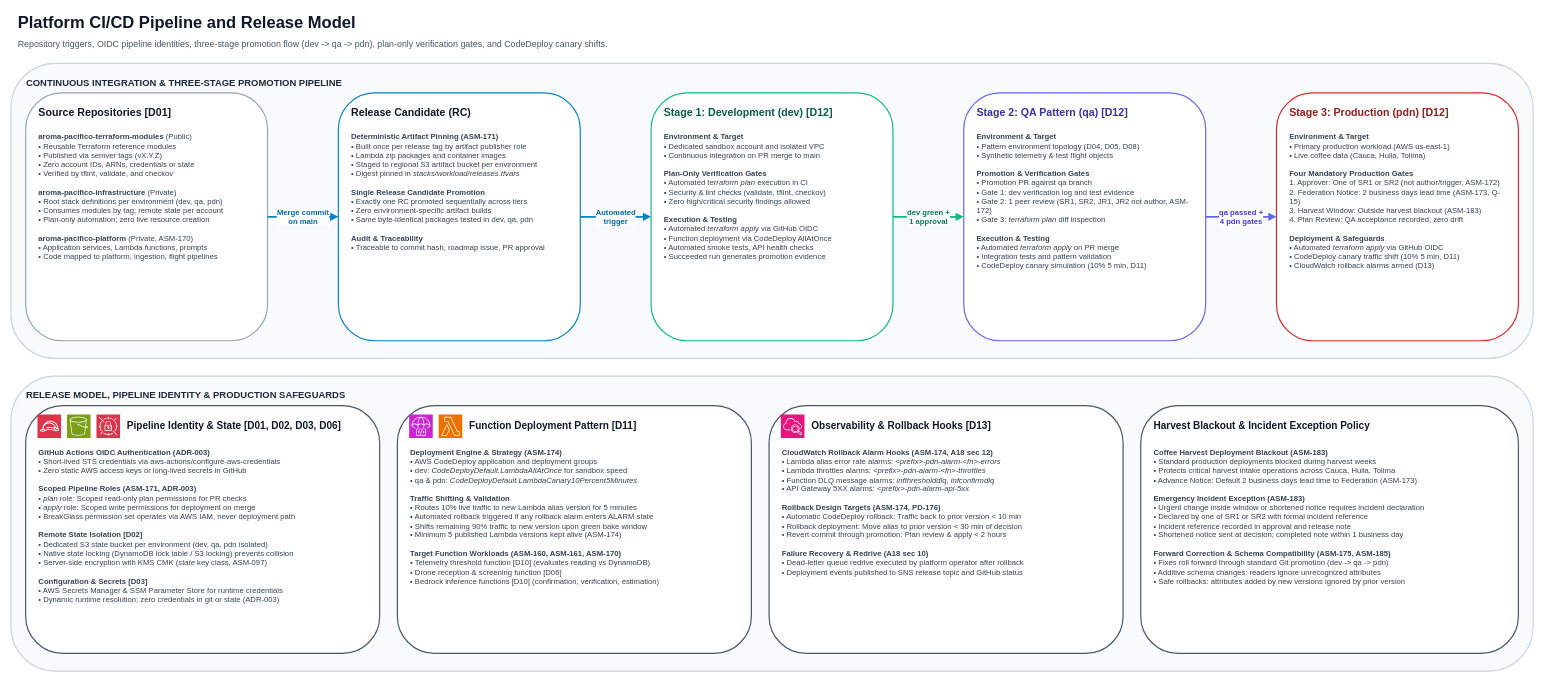
This is pipelines/platform-pipeline.drawio from aroma-pacifico/aroma-pacifico-diagrams, a draw.io file, before an edit. Source tidied: cells renumbered, new cells numbered last; positions are measured from the earlier drawing's top-left corner, leaving out a move shared by most shapes. Both pictures are drawn from the tidied source at 59%, with x=0, y=0 at pixel (11, 10).
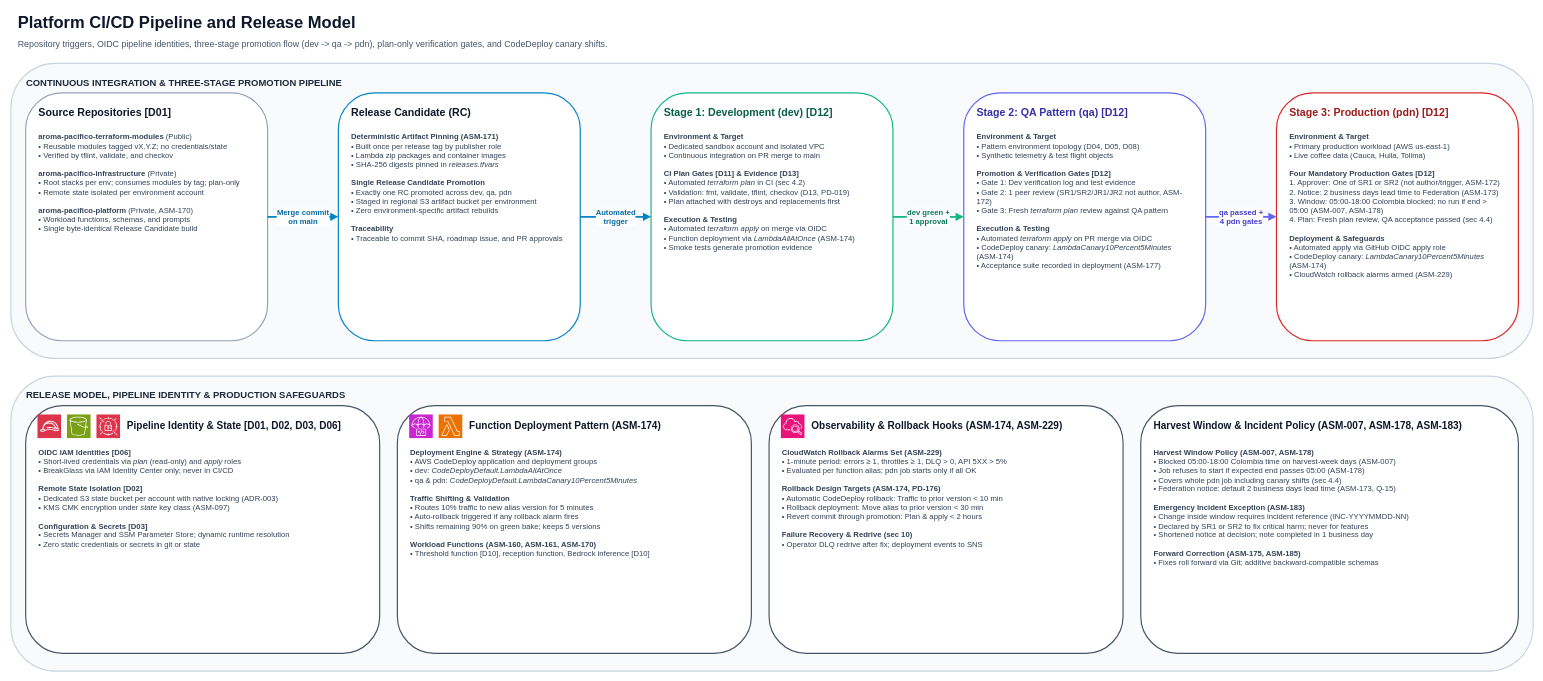
After the change.

Commit message (it also covers changes not shown here):
docs(design): align d-box catalog IDs, harvest window and density

The edit, as a diff of the source:
```diff
@@
-    <mxCell id="7" value="&lt;b&gt;aroma-pacifico-terraform-modules&lt;/b&gt; (Public)&lt;br/&gt;• Reusable Terraform reference modules&lt;br/&gt;• Published via semver tags (vX.Y.Z)&lt;br/&gt;• Zero account IDs, ARNs, credentials or state&lt;br/&gt;• Verified by tflint, validate, and checkov&lt;br/&gt;&lt;br/&gt;&lt;b&gt;aroma-pacifico-infrastructure&lt;/b&gt; (Private)&lt;br/&gt;• Root stack definitions per environment (dev, qa, pdn)&lt;br/&gt;• Consumes modules by tag; remote state per account&lt;br/&gt;• Plan-only automation; zero live resource creation&lt;br/&gt;&lt;br/&gt;&lt;b&gt;aroma-pacifico-platform&lt;/b&gt; (Private, ASM-170)&lt;br/&gt;• Application services, Lambda functions, prompts&lt;br/&gt;• Code mapped to platform, ingestion, flight pipelines" style="text;html=1;strokeColor=none;fillColor=none;align=left;verticalAlign=top;fontSize=13;fontColor=#334155;whiteSpace=wrap;" parent="1" vertex="1">
+    <mxCell id="7" value="&lt;b&gt;aroma-pacifico-terraform-modules&lt;/b&gt; (Public)&lt;br/&gt;• Reusable modules tagged vX.Y.Z; no credentials/state&lt;br/&gt;• Verified by tflint, validate, and checkov&lt;br/&gt;&lt;br/&gt;&lt;b&gt;aroma-pacifico-infrastructure&lt;/b&gt; (Private)&lt;br/&gt;• Root stacks per env; consumes modules by tag; plan-only&lt;br/&gt;• Remote state isolated per environment account&lt;br/&gt;&lt;br/&gt;&lt;b&gt;aroma-pacifico-platform&lt;/b&gt; (Private, ASM-170)&lt;br/&gt;• Workload functions, schemas, and prompts&lt;br/&gt;• Single byte-identical Release Candidate build" style="text;html=1;strokeColor=none;fillColor=none;align=left;verticalAlign=top;fontSize=13;fontColor=#334155;whiteSpace=wrap;" parent="1" vertex="1">
       <mxGeometry x="45" y="200" width="370" height="345" as="geometry" />
     </mxCell>
@@
-    <mxCell id="10" value="&lt;b&gt;Deterministic Artifact Pinning (ASM-171)&lt;/b&gt;&lt;br/&gt;• Built once per release tag by artifact publisher role&lt;br/&gt;• Lambda zip packages and container images&lt;br/&gt;• Staged to regional S3 artifact bucket per environment&lt;br/&gt;• Digest pinned in &lt;i&gt;stacks/workload/releases.tfvars&lt;/i&gt;&lt;br/&gt;&lt;br/&gt;&lt;b&gt;Single Release Candidate Promotion&lt;/b&gt;&lt;br/&gt;• Exactly one RC promoted sequentially across tiers&lt;br/&gt;• Zero environment-specific artifact builds&lt;br/&gt;• Same byte-identical packages tested in dev, qa, pdn&lt;br/&gt;&lt;br/&gt;&lt;b&gt;Audit &amp;amp; Traceability&lt;/b&gt;&lt;br/&gt;• Traceable to commit hash, roadmap issue, PR approval" style="text;html=1;strokeColor=none;fillColor=none;align=left;verticalAlign=top;fontSize=13;fontColor=#334155;whiteSpace=wrap;" parent="1" vertex="1">
+    <mxCell id="10" value="&lt;b&gt;Deterministic Artifact Pinning (ASM-171)&lt;/b&gt;&lt;br/&gt;• Built once per release tag by publisher role&lt;br/&gt;• Lambda zip packages and container images&lt;br/&gt;• SHA-256 digests pinned in &lt;i&gt;releases.tfvars&lt;/i&gt;&lt;br/&gt;&lt;br/&gt;&lt;b&gt;Single Release Candidate Promotion&lt;/b&gt;&lt;br/&gt;• Exactly one RC promoted across dev, qa, pdn&lt;br/&gt;• Staged in regional S3 artifact bucket per environment&lt;br/&gt;• Zero environment-specific artifact rebuilds&lt;br/&gt;&lt;br/&gt;&lt;b&gt;Traceability&lt;/b&gt;&lt;br/&gt;• Traceable to commit SHA, roadmap issue, and PR approvals" style="text;html=1;strokeColor=none;fillColor=none;align=left;verticalAlign=top;fontSize=13;fontColor=#334155;whiteSpace=wrap;" parent="1" vertex="1">
       <mxGeometry x="575" y="200" width="370" height="345" as="geometry" />
     </mxCell>
@@
-    <mxCell id="13" value="&lt;b&gt;Environment &amp;amp; Target&lt;/b&gt;&lt;br/&gt;• Dedicated sandbox account and isolated VPC&lt;br/&gt;• Continuous integration on PR merge to main&lt;br/&gt;&lt;br/&gt;&lt;b&gt;Plan-Only Verification Gates&lt;/b&gt;&lt;br/&gt;• Automated &lt;i&gt;terraform plan&lt;/i&gt; execution in CI&lt;br/&gt;• Security &amp;amp; lint checks (validate, tflint, checkov)&lt;br/&gt;• Zero high/critical security findings allowed&lt;br/&gt;&lt;br/&gt;&lt;b&gt;Execution &amp;amp; Testing&lt;/b&gt;&lt;br/&gt;• Automated &lt;i&gt;terraform apply&lt;/i&gt; via GitHub OIDC&lt;br/&gt;• Function deployment via CodeDeploy AllAtOnce&lt;br/&gt;• Automated smoke tests, API health checks&lt;br/&gt;• Succeeded run generates promotion evidence" style="text;html=1;strokeColor=none;fillColor=none;align=left;verticalAlign=top;fontSize=13;fontColor=#334155;whiteSpace=wrap;" parent="1" vertex="1">
+    <mxCell id="13" value="&lt;b&gt;Environment &amp;amp; Target&lt;/b&gt;&lt;br/&gt;• Dedicated sandbox account and isolated VPC&lt;br/&gt;• Continuous integration on PR merge to main&lt;br/&gt;&lt;br/&gt;&lt;b&gt;CI Plan Gates [D11] &amp;amp; Evidence [D13]&lt;/b&gt;&lt;br/&gt;• Automated &lt;i&gt;terraform plan&lt;/i&gt; in CI (sec 4.2)&lt;br/&gt;• Validation: fmt, validate, tflint, checkov (D13, PD-019)&lt;br/&gt;• Plan attached with destroys and replacements first&lt;br/&gt;&lt;br/&gt;&lt;b&gt;Execution &amp;amp; Testing&lt;/b&gt;&lt;br/&gt;• Automated &lt;i&gt;terraform apply&lt;/i&gt; on merge via OIDC&lt;br/&gt;• Function deployment via &lt;i&gt;LambdaAllAtOnce&lt;/i&gt; (ASM-174)&lt;br/&gt;• Smoke tests generate promotion evidence" style="text;html=1;strokeColor=none;fillColor=none;align=left;verticalAlign=top;fontSize=13;fontColor=#334155;whiteSpace=wrap;" parent="1" vertex="1">
       <mxGeometry x="1105" y="200" width="370" height="345" as="geometry" />
     </mxCell>
@@
-    <mxCell id="16" value="&lt;b&gt;Environment &amp;amp; Target&lt;/b&gt;&lt;br/&gt;• Pattern environment topology (D04, D05, D08)&lt;br/&gt;• Synthetic telemetry &amp;amp; test flight objects&lt;br/&gt;&lt;br/&gt;&lt;b&gt;Promotion &amp;amp; Verification Gates&lt;/b&gt;&lt;br/&gt;• Promotion PR against qa branch&lt;br/&gt;• Gate 1: dev verification log and test evidence&lt;br/&gt;• Gate 2: 1 peer review (SR1, SR2, JR1, JR2 not author, ASM-172)&lt;br/&gt;• Gate 3: &lt;i&gt;terraform plan&lt;/i&gt; diff inspection&lt;br/&gt;&lt;br/&gt;&lt;b&gt;Execution &amp;amp; Testing&lt;/b&gt;&lt;br/&gt;• Automated &lt;i&gt;terraform apply&lt;/i&gt; on PR merge&lt;br/&gt;• Integration tests and pattern validation&lt;br/&gt;• CodeDeploy canary simulation (10% 5 min, D11)" style="text;html=1;strokeColor=none;fillColor=none;align=left;verticalAlign=top;fontSize=13;fontColor=#334155;whiteSpace=wrap;" parent="1" vertex="1">
+    <mxCell id="16" value="&lt;b&gt;Environment &amp;amp; Target&lt;/b&gt;&lt;br/&gt;• Pattern environment topology (D04, D05, D08)&lt;br/&gt;• Synthetic telemetry &amp;amp; test flight objects&lt;br/&gt;&lt;br/&gt;&lt;b&gt;Promotion &amp;amp; Verification Gates [D12]&lt;/b&gt;&lt;br/&gt;• Gate 1: Dev verification log and test evidence&lt;br/&gt;• Gate 2: 1 peer review (SR1/SR2/JR1/JR2 not author, ASM-172)&lt;br/&gt;• Gate 3: Fresh &lt;i&gt;terraform plan&lt;/i&gt; review against QA pattern&lt;br/&gt;&lt;br/&gt;&lt;b&gt;Execution &amp;amp; Testing&lt;/b&gt;&lt;br/&gt;• Automated &lt;i&gt;terraform apply&lt;/i&gt; on PR merge via OIDC&lt;br/&gt;• CodeDeploy canary: &lt;i&gt;LambdaCanary10Percent5Minutes&lt;/i&gt; (ASM-174)&lt;br/&gt;• Acceptance suite recorded in deployment (ASM-177)" style="text;html=1;strokeColor=none;fillColor=none;align=left;verticalAlign=top;fontSize=13;fontColor=#334155;whiteSpace=wrap;" parent="1" vertex="1">
       <mxGeometry x="1635" y="200" width="370" height="345" as="geometry" />
     </mxCell>
@@
-    <mxCell id="19" value="&lt;b&gt;Environment &amp;amp; Target&lt;/b&gt;&lt;br/&gt;• Primary production workload (AWS us-east-1)&lt;br/&gt;• Live coffee data (Cauca, Huila, Tolima)&lt;br/&gt;&lt;br/&gt;&lt;b&gt;Four Mandatory Production Gates&lt;/b&gt;&lt;br/&gt;1. Approver: One of SR1 or SR2 (not author/trigger, ASM-172)&lt;br/&gt;2. Federation Notice: 2 business days lead time (ASM-173, Q-15)&lt;br/&gt;3. Harvest Window: Outside harvest blackout (ASM-183)&lt;br/&gt;4. Plan Review: QA acceptance recorded, zero drift&lt;br/&gt;&lt;br/&gt;&lt;b&gt;Deployment &amp;amp; Safeguards&lt;/b&gt;&lt;br/&gt;• Automated &lt;i&gt;terraform apply&lt;/i&gt; via GitHub OIDC&lt;br/&gt;• CodeDeploy canary traffic shift (10% 5 min, D11)&lt;br/&gt;• CloudWatch rollback alarms armed (D13)" style="text;html=1;strokeColor=none;fillColor=none;align=left;verticalAlign=top;fontSize=13;fontColor=#334155;whiteSpace=wrap;" parent="1" vertex="1">
+    <mxCell id="19" value="&lt;b&gt;Environment &amp;amp; Target&lt;/b&gt;&lt;br/&gt;• Primary production workload (AWS us-east-1)&lt;br/&gt;• Live coffee data (Cauca, Huila, Tolima)&lt;br/&gt;&lt;br/&gt;&lt;b&gt;Four Mandatory Production Gates [D12]&lt;/b&gt;&lt;br/&gt;1. Approver: One of SR1 or SR2 (not author/trigger, ASM-172)&lt;br/&gt;2. Notice: 2 business days lead time to Federation (ASM-173)&lt;br/&gt;3. Window: 05:00-18:00 Colombia blocked; no run if end &gt; 05:00 (ASM-007, ASM-178)&lt;br/&gt;4. Plan: Fresh plan review, QA acceptance passed (sec 4.4)&lt;br/&gt;&lt;br/&gt;&lt;b&gt;Deployment &amp;amp; Safeguards&lt;/b&gt;&lt;br/&gt;• Automated apply via GitHub OIDC apply role&lt;br/&gt;• CodeDeploy canary: &lt;i&gt;LambdaCanary10Percent5Minutes&lt;/i&gt; (ASM-174)&lt;br/&gt;• CloudWatch rollback alarms armed (ASM-229)" style="text;html=1;strokeColor=none;fillColor=none;align=left;verticalAlign=top;fontSize=13;fontColor=#334155;whiteSpace=wrap;" parent="1" vertex="1">
       <mxGeometry x="2165" y="200" width="370" height="345" as="geometry" />
     </mxCell>
@@
-    <mxCell id="30" value="&lt;b&gt;GitHub Actions OIDC Authentication (ADR-003)&lt;/b&gt;&lt;br/&gt;• Short-lived STS credentials via aws-actions/configure-aws-credentials&lt;br/&gt;• Zero static AWS access keys or long-lived secrets in GitHub&lt;br/&gt;&lt;br/&gt;&lt;b&gt;Scoped Pipeline Roles (ASM-171, ADR-003)&lt;/b&gt;&lt;br/&gt;• &lt;i&gt;plan&lt;/i&gt; role: Scoped read-only plan permissions for PR checks&lt;br/&gt;• &lt;i&gt;apply&lt;/i&gt; role: Scoped write permissions for deployment on merge&lt;br/&gt;• BreakGlass permission set operates via AWS IAM, never deployment path&lt;br/&gt;&lt;br/&gt;&lt;b&gt;Remote State Isolation [D02]&lt;/b&gt;&lt;br/&gt;• Dedicated S3 state bucket per environment (dev, qa, pdn isolated)&lt;br/&gt;• Native state locking (DynamoDB lock table / S3 locking) prevents collision&lt;br/&gt;• Server-side encryption with KMS CMK (&lt;i&gt;state&lt;/i&gt; key class, ASM-097)&lt;br/&gt;&lt;br/&gt;&lt;b&gt;Configuration &amp;amp; Secrets [D03]&lt;/b&gt;&lt;br/&gt;• AWS Secrets Manager &amp;amp; SSM Parameter Store for runtime credentials&lt;br/&gt;• Dynamic runtime resolution; zero credentials in git or state (ADR-003)" style="text;html=1;strokeColor=none;fillColor=none;align=left;verticalAlign=top;fontSize=13;fontColor=#334155;whiteSpace=wrap;" parent="1" vertex="1">
+    <mxCell id="30" value="&lt;b&gt;OIDC IAM Identities [D06]&lt;/b&gt;&lt;br/&gt;• Short-lived credentials via &lt;i&gt;plan&lt;/i&gt; (read-only) and &lt;i&gt;apply&lt;/i&gt; roles&lt;br/&gt;• BreakGlass via IAM Identity Center only; never in CI/CD&lt;br/&gt;&lt;br/&gt;&lt;b&gt;Remote State Isolation [D02]&lt;/b&gt;&lt;br/&gt;• Dedicated S3 state bucket per account with native locking (ADR-003)&lt;br/&gt;• KMS CMK encryption under &lt;i&gt;state&lt;/i&gt; key class (ASM-097)&lt;br/&gt;&lt;br/&gt;&lt;b&gt;Configuration &amp;amp; Secrets [D03]&lt;/b&gt;&lt;br/&gt;• Secrets Manager and SSM Parameter Store; dynamic runtime resolution&lt;br/&gt;• Zero static credentials or secrets in git or state" style="text;html=1;strokeColor=none;fillColor=none;align=left;verticalAlign=top;fontSize=13;fontColor=#334155;whiteSpace=wrap;" parent="1" vertex="1">
       <mxGeometry x="45" y="735" width="560" height="335" as="geometry" />
     </mxCell>
@@
-    <mxCell id="34" value="Function Deployment Pattern [D11]" style="text;html=1;strokeColor=none;fillColor=none;align=left;verticalAlign=middle;fontSize=17;fontStyle=1;fontColor=#0f172a;" parent="1" vertex="1">
+    <mxCell id="34" value="Function Deployment Pattern (ASM-174)" style="text;html=1;strokeColor=none;fillColor=none;align=left;verticalAlign=middle;fontSize=17;fontStyle=1;fontColor=#0f172a;" parent="1" vertex="1">
       <mxGeometry x="775" y="687" width="460" height="35" as="geometry" />
     </mxCell>
-    <mxCell id="35" value="&lt;b&gt;Deployment Engine &amp;amp; Strategy (ASM-174)&lt;/b&gt;&lt;br/&gt;• AWS CodeDeploy application and deployment groups&lt;br/&gt;• dev: &lt;i&gt;CodeDeployDefault.LambdaAllAtOnce&lt;/i&gt; for sandbox speed&lt;br/&gt;• qa &amp;amp; pdn: &lt;i&gt;CodeDeployDefault.LambdaCanary10Percent5Minutes&lt;/i&gt;&lt;br/&gt;&lt;br/&gt;&lt;b&gt;Traffic Shifting &amp;amp; Validation&lt;/b&gt;&lt;br/&gt;• Routes 10% live traffic to new Lambda alias version for 5 minutes&lt;br/&gt;• Automated rollback triggered if any rollback alarm enters ALARM state&lt;br/&gt;• Shifts remaining 90% traffic to new version upon green bake window&lt;br/&gt;• Minimum 5 published Lambda versions kept alive (ASM-174)&lt;br/&gt;&lt;br/&gt;&lt;b&gt;Target Function Workloads (ASM-160, ASM-161, ASM-170)&lt;/b&gt;&lt;br/&gt;• Telemetry threshold function [D10] (evaluates reading vs DynamoDB)&lt;br/&gt;• Drone reception &amp;amp; screening function [D06]&lt;br/&gt;• Bedrock inference functions [D10] (confirmation, verification, estimation)" style="text;html=1;strokeColor=none;fillColor=none;align=left;verticalAlign=top;fontSize=13;fontColor=#334155;whiteSpace=wrap;" parent="1" vertex="1">
+    <mxCell id="35" value="&lt;b&gt;Deployment Engine &amp;amp; Strategy (ASM-174)&lt;/b&gt;&lt;br/&gt;• AWS CodeDeploy application and deployment groups&lt;br/&gt;• dev: &lt;i&gt;CodeDeployDefault.LambdaAllAtOnce&lt;/i&gt;&lt;br/&gt;• qa &amp;amp; pdn: &lt;i&gt;CodeDeployDefault.LambdaCanary10Percent5Minutes&lt;/i&gt;&lt;br/&gt;&lt;br/&gt;&lt;b&gt;Traffic Shifting &amp;amp; Validation&lt;/b&gt;&lt;br/&gt;• Routes 10% traffic to new alias version for 5 minutes&lt;br/&gt;• Auto-rollback triggered if any rollback alarm fires&lt;br/&gt;• Shifts remaining 90% on green bake; keeps 5 versions&lt;br/&gt;&lt;br/&gt;&lt;b&gt;Workload Functions (ASM-160, ASM-161, ASM-170)&lt;/b&gt;&lt;br/&gt;• Threshold function [D10], reception function, Bedrock inference [D10]" style="text;html=1;strokeColor=none;fillColor=none;align=left;verticalAlign=top;fontSize=13;fontColor=#334155;whiteSpace=wrap;" parent="1" vertex="1">
       <mxGeometry x="675" y="735" width="560" height="335" as="geometry" />
     </mxCell>
@@
-    <mxCell id="38" value="Observability &amp; Rollback Hooks [D13]" style="text;html=1;strokeColor=none;fillColor=none;align=left;verticalAlign=middle;fontSize=17;fontStyle=1;fontColor=#0f172a;" parent="1" vertex="1">
+    <mxCell id="38" value="Observability &amp; Rollback Hooks (ASM-174, ASM-229)" style="text;html=1;strokeColor=none;fillColor=none;align=left;verticalAlign=middle;fontSize=17;fontStyle=1;fontColor=#0f172a;" parent="1" vertex="1">
       <mxGeometry x="1355" y="687" width="510" height="35" as="geometry" />
     </mxCell>
-    <mxCell id="39" value="&lt;b&gt;CloudWatch Rollback Alarm Hooks (ASM-174, A18 sec 12)&lt;/b&gt;&lt;br/&gt;• Lambda alias error rate alarms: &lt;i&gt;&amp;lt;prefix&amp;gt;-pdn-alarm-&amp;lt;fn&amp;gt;-errors&lt;/i&gt;&lt;br/&gt;• Lambda throttles alarms: &lt;i&gt;&amp;lt;prefix&amp;gt;-pdn-alarm-&amp;lt;fn&amp;gt;-throttles&lt;/i&gt;&lt;br/&gt;• Function DLQ message alarms: &lt;i&gt;infthresholddlq&lt;/i&gt;, &lt;i&gt;infconfirmdlq&lt;/i&gt;&lt;br/&gt;• API Gateway 5XX alarms: &lt;i&gt;&amp;lt;prefix&amp;gt;-pdn-alarm-api-5xx&lt;/i&gt;&lt;br/&gt;&lt;br/&gt;&lt;b&gt;Rollback Design Targets (ASM-174, PD-176)&lt;/b&gt;&lt;br/&gt;• Automatic CodeDeploy rollback: Traffic back to prior version &amp;lt; 10 min&lt;br/&gt;• Rollback deployment: Move alias to prior version &amp;lt; 30 min of decision&lt;br/&gt;• Revert commit through promotion: Plan review &amp;amp; apply &amp;lt; 2 hours&lt;br/&gt;&lt;br/&gt;&lt;b&gt;Failure Recovery &amp;amp; Redrive (A18 sec 10)&lt;/b&gt;&lt;br/&gt;• Dead-letter queue redrive executed by platform operator after rollback&lt;br/&gt;• Deployment events published to SNS release topic and GitHub status" style="text;html=1;strokeColor=none;fillColor=none;align=left;verticalAlign=top;fontSize=13;fontColor=#334155;whiteSpace=wrap;" parent="1" vertex="1">
+    <mxCell id="39" value="&lt;b&gt;CloudWatch Rollback Alarms Set (ASM-229)&lt;/b&gt;&lt;br/&gt;• 1-minute period: errors ≥ 1, throttles ≥ 1, DLQ &gt; 0, API 5XX &gt; 5%&lt;br/&gt;• Evaluated per function alias; pdn job starts only if all OK&lt;br/&gt;&lt;br/&gt;&lt;b&gt;Rollback Design Targets (ASM-174, PD-176)&lt;/b&gt;&lt;br/&gt;• Automatic CodeDeploy rollback: Traffic to prior version &lt; 10 min&lt;br/&gt;• Rollback deployment: Move alias to prior version &lt; 30 min&lt;br/&gt;• Revert commit through promotion: Plan &amp;amp; apply &lt; 2 hours&lt;br/&gt;&lt;br/&gt;&lt;b&gt;Failure Recovery &amp;amp; Redrive (sec 10)&lt;/b&gt;&lt;br/&gt;• Operator DLQ redrive after fix; deployment events to SNS" style="text;html=1;strokeColor=none;fillColor=none;align=left;verticalAlign=top;fontSize=13;fontColor=#334155;whiteSpace=wrap;" parent="1" vertex="1">
       <mxGeometry x="1305" y="735" width="560" height="335" as="geometry" />
     </mxCell>
@@
-    <mxCell id="41" value="Harvest Blackout &amp; Incident Exception Policy" style="text;html=1;strokeColor=none;fillColor=none;align=left;verticalAlign=middle;fontSize=17;fontStyle=1;fontColor=#0f172a;" parent="1" vertex="1">
+    <mxCell id="41" value="Harvest Window &amp; Incident Policy (ASM-007, ASM-178, ASM-183)" style="text;html=1;strokeColor=none;fillColor=none;align=left;verticalAlign=middle;fontSize=17;fontStyle=1;fontColor=#0f172a;" parent="1" vertex="1">
       <mxGeometry x="1935" y="687" width="600" height="35" as="geometry" />
     </mxCell>
-    <mxCell id="42" value="&lt;b&gt;Coffee Harvest Deployment Blackout (ASM-183)&lt;/b&gt;&lt;br/&gt;• Standard production deployments blocked during harvest weeks&lt;br/&gt;• Protects critical harvest intake operations across Cauca, Huila, Tolima&lt;br/&gt;• Advance Notice: Default 2 business days lead time to Federation (ASM-173)&lt;br/&gt;&lt;br/&gt;&lt;b&gt;Emergency Incident Exception (ASM-183)&lt;/b&gt;&lt;br/&gt;• Urgent change inside window or shortened notice requires incident declaration&lt;br/&gt;• Declared by one of SR1 or SR2 with formal incident reference&lt;br/&gt;• Incident reference recorded in approval and release note&lt;br/&gt;• Shortened notice sent at decision; completed note within 1 business day&lt;br/&gt;&lt;br/&gt;&lt;b&gt;Forward Correction &amp;amp; Schema Compatibility (ASM-175, ASM-185)&lt;/b&gt;&lt;br/&gt;• Fixes roll forward through standard Git promotion (dev -&gt; qa -&gt; pdn)&lt;br/&gt;• Additive schema changes: readers ignore unrecognized attributes&lt;br/&gt;• Safe rollbacks: attributes added by new versions ignored by prior version" style="text;html=1;strokeColor=none;fillColor=none;align=left;verticalAlign=top;fontSize=13;fontColor=#334155;whiteSpace=wrap;" parent="1" vertex="1">
+    <mxCell id="42" value="&lt;b&gt;Harvest Window Policy (ASM-007, ASM-178)&lt;/b&gt;&lt;br/&gt;• Blocked 05:00-18:00 Colombia time on harvest-week days (ASM-007)&lt;br/&gt;• Job refuses to start if expected end passes 05:00 (ASM-178)&lt;br/&gt;• Covers whole pdn job including canary shifts (sec 4.4)&lt;br/&gt;• Federation notice: default 2 business days lead time (ASM-173, Q-15)&lt;br/&gt;&lt;br/&gt;&lt;b&gt;Emergency Incident Exception (ASM-183)&lt;/b&gt;&lt;br/&gt;• Change inside window requires incident reference (INC-YYYYMMDD-NN)&lt;br/&gt;• Declared by SR1 or SR2 to fix critical harm; never for features&lt;br/&gt;• Shortened notice at decision; note completed in 1 business day&lt;br/&gt;&lt;br/&gt;&lt;b&gt;Forward Correction (ASM-175, ASM-185)&lt;/b&gt;&lt;br/&gt;• Fixes roll forward via Git; additive backward-compatible schemas" style="text;html=1;strokeColor=none;fillColor=none;align=left;verticalAlign=top;fontSize=13;fontColor=#334155;whiteSpace=wrap;" parent="1" vertex="1">
       <mxGeometry x="1935" y="735" width="600" height="335" as="geometry" />
     </mxCell>
```
